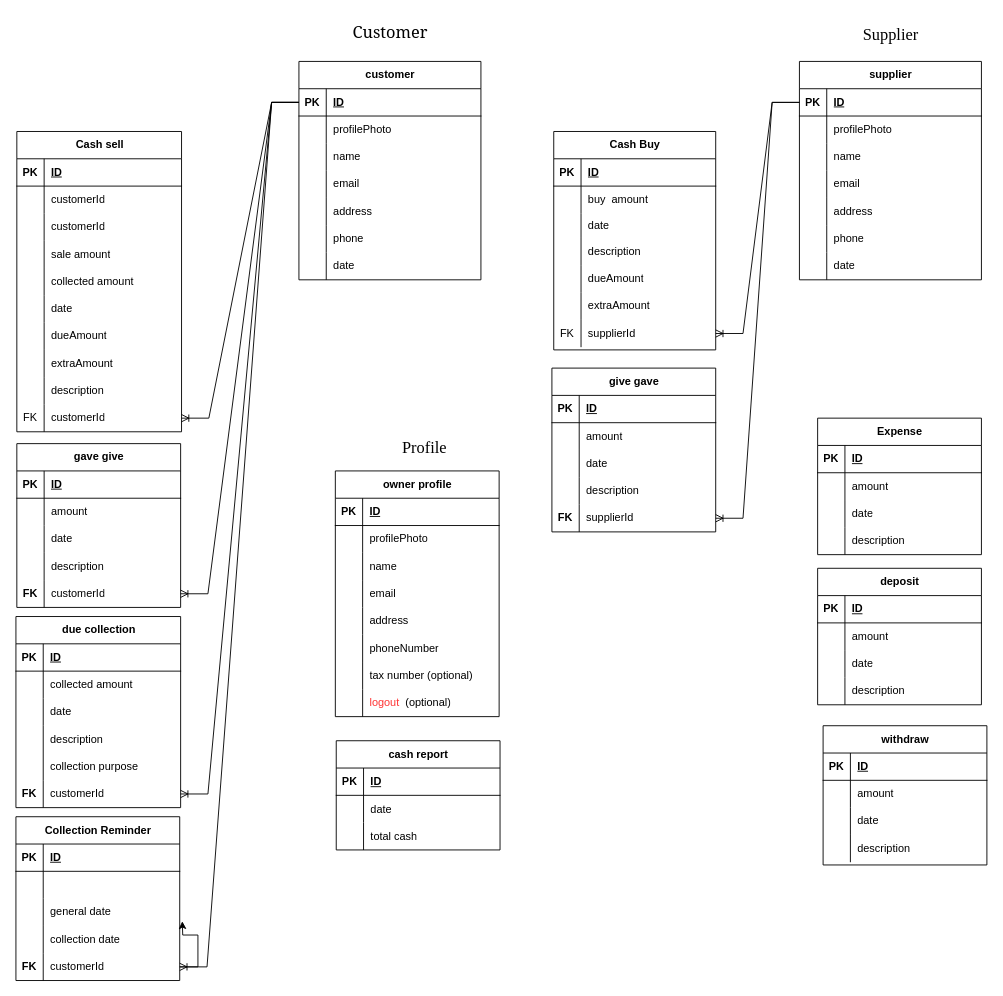
The draw.io diagram databases/diagram.drawio in devsrakib/esBook, before the edit. Source tidied: cells renumbered, new cells numbered last; positions are measured from the earlier drawing's top-left corner, leaving out a move shared by most shapes. Both pictures are drawn from the tidied source at 91%, with x=0, y=0 at pixel (15, 15).
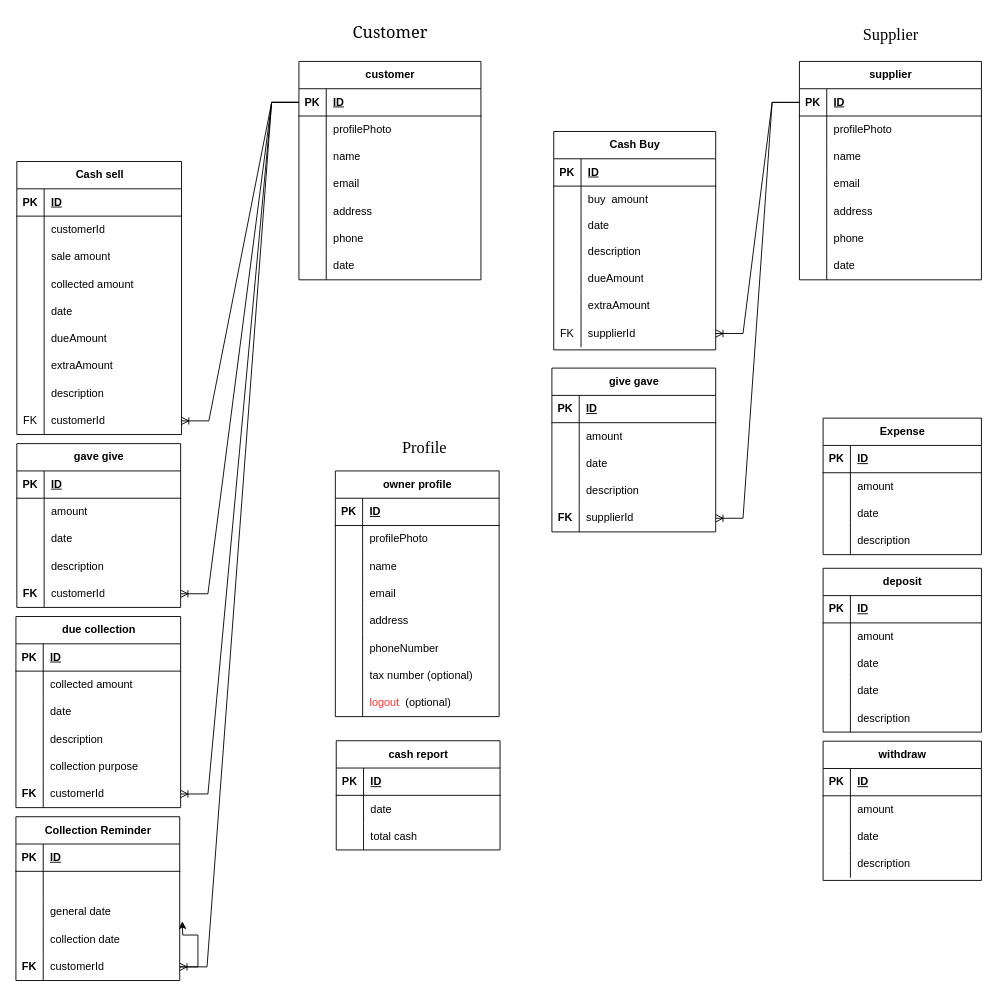
Above is the later version.

Diff of the diagram source:
```diff
@@
     <mxCell id="24" value="Cash sell" style="shape=table;startSize=30;childLayout=tableLayout;rowLines=0;fontStyle=1;align=center;html=1;" parent="1" vertex="1">
-      <mxGeometry x="1" y="127" width="181" height="330" as="geometry" />
+      <mxGeometry x="1" y="160" width="181" height="300" as="geometry" />
     </mxCell>
@@
-    <mxCell id="31" style="shape=tableRow;horizontal=0;startSize=0;swimlaneHead=0;swimlaneBody=0;fillColor=none;top=0;left=0;right=0;bottom=0;" parent="24" vertex="1">
-      <mxGeometry y="90" width="181" height="30" as="geometry" />
-    </mxCell>
-    <mxCell id="32" style="shape=partialRectangle;fillColor=none;top=0;left=0;bottom=0;right=0;overflow=hidden;whiteSpace=wrap;html=1;" parent="31" vertex="1">
-      <mxGeometry width="30" height="30" as="geometry" />
-    </mxCell>
-    <mxCell id="33" value="customerId" style="shape=partialRectangle;fillColor=none;top=0;left=0;bottom=0;right=0;align=left;spacingLeft=6;overflow=hidden;whiteSpace=wrap;html=1;" parent="31" vertex="1">
-      <mxGeometry x="30" width="151" height="30" as="geometry" />
-    </mxCell>
     <mxCell id="34" style="shape=tableRow;horizontal=0;startSize=0;swimlaneHead=0;swimlaneBody=0;fillColor=none;top=0;left=0;right=0;bottom=0;" parent="24" vertex="1">
-      <mxGeometry y="120" width="181" height="30" as="geometry" />
+      <mxGeometry y="90" width="181" height="30" as="geometry" />
     </mxCell>
@@
     <mxCell id="37" style="shape=tableRow;horizontal=0;startSize=0;swimlaneHead=0;swimlaneBody=0;fillColor=none;top=0;left=0;right=0;bottom=0;" parent="24" vertex="1">
-      <mxGeometry y="150" width="181" height="30" as="geometry" />
+      <mxGeometry y="120" width="181" height="30" as="geometry" />
     </mxCell>
@@
     <mxCell id="40" style="shape=tableRow;horizontal=0;startSize=0;swimlaneHead=0;swimlaneBody=0;fillColor=none;top=0;left=0;right=0;bottom=0;" parent="24" vertex="1">
-      <mxGeometry y="180" width="181" height="30" as="geometry" />
+      <mxGeometry y="150" width="181" height="30" as="geometry" />
     </mxCell>
@@
     <mxCell id="43" style="shape=tableRow;horizontal=0;startSize=0;swimlaneHead=0;swimlaneBody=0;fillColor=none;top=0;left=0;right=0;bottom=0;" parent="24" vertex="1">
-      <mxGeometry y="210" width="181" height="30" as="geometry" />
+      <mxGeometry y="180" width="181" height="30" as="geometry" />
     </mxCell>
@@
     <mxCell id="46" style="shape=tableRow;horizontal=0;startSize=0;swimlaneHead=0;swimlaneBody=0;fillColor=none;top=0;left=0;right=0;bottom=0;" parent="24" vertex="1">
-      <mxGeometry y="240" width="181" height="30" as="geometry" />
+      <mxGeometry y="210" width="181" height="30" as="geometry" />
     </mxCell>
@@
     <mxCell id="49" style="shape=tableRow;horizontal=0;startSize=0;swimlaneHead=0;swimlaneBody=0;fillColor=none;top=0;left=0;right=0;bottom=0;" parent="24" vertex="1">
-      <mxGeometry y="270" width="181" height="30" as="geometry" />
+      <mxGeometry y="240" width="181" height="30" as="geometry" />
     </mxCell>
@@
     <mxCell id="52" style="shape=tableRow;horizontal=0;startSize=0;swimlaneHead=0;swimlaneBody=0;fillColor=none;points=[[0,0.5],[1,0.5]];portConstraint=eastwest;top=0;left=0;right=0;bottom=0;" parent="24" vertex="1">
-      <mxGeometry y="300" width="181" height="30" as="geometry" />
+      <mxGeometry y="270" width="181" height="30" as="geometry" />
     </mxCell>
@@
     <mxCell id="77" value="Expense" style="shape=table;startSize=30;childLayout=tableLayout;rowLines=0;fontStyle=1;align=center;html=1;" parent="1" vertex="1">
-      <mxGeometry x="881" y="442" width="180" height="150" as="geometry" />
+      <mxGeometry x="887" y="442" width="174" height="150" as="geometry" />
     </mxCell>
     <mxCell id="78" style="shape=tableRow;horizontal=0;startSize=0;swimlaneHead=0;swimlaneBody=0;fillColor=none;top=0;left=0;right=0;bottom=1;" parent="77" vertex="1">
-      <mxGeometry y="30" width="180" height="30" as="geometry" />
+      <mxGeometry y="30" width="174" height="30" as="geometry" />
     </mxCell>
@@
     <mxCell id="80" value="ID" style="shape=partialRectangle;fillColor=none;top=0;left=0;bottom=0;right=0;align=left;spacingLeft=6;fontStyle=5;overflow=hidden;whiteSpace=wrap;html=1;" parent="78" vertex="1">
-      <mxGeometry x="30" width="150" height="30" as="geometry" />
+      <mxGeometry x="30" width="144" height="30" as="geometry" />
     </mxCell>
     <mxCell id="81" style="shape=tableRow;horizontal=0;startSize=0;swimlaneHead=0;swimlaneBody=0;fillColor=none;top=0;left=0;right=0;bottom=0;" parent="77" vertex="1">
-      <mxGeometry y="60" width="180" height="30" as="geometry" />
+      <mxGeometry y="60" width="174" height="30" as="geometry" />
     </mxCell>
@@
     <mxCell id="83" value="amount" style="shape=partialRectangle;fillColor=none;top=0;left=0;bottom=0;right=0;align=left;spacingLeft=6;overflow=hidden;whiteSpace=wrap;html=1;" parent="81" vertex="1">
-      <mxGeometry x="30" width="150" height="30" as="geometry" />
+      <mxGeometry x="30" width="144" height="30" as="geometry" />
     </mxCell>
     <mxCell id="84" style="shape=tableRow;horizontal=0;startSize=0;swimlaneHead=0;swimlaneBody=0;fillColor=none;top=0;left=0;right=0;bottom=0;" parent="77" vertex="1">
-      <mxGeometry y="90" width="180" height="30" as="geometry" />
+      <mxGeometry y="90" width="174" height="30" as="geometry" />
     </mxCell>
@@
     <mxCell id="86" value="date" style="shape=partialRectangle;fillColor=none;top=0;left=0;bottom=0;right=0;align=left;spacingLeft=6;overflow=hidden;whiteSpace=wrap;html=1;" parent="84" vertex="1">
-      <mxGeometry x="30" width="150" height="30" as="geometry" />
+      <mxGeometry x="30" width="144" height="30" as="geometry" />
     </mxCell>
     <mxCell id="87" style="shape=tableRow;horizontal=0;startSize=0;swimlaneHead=0;swimlaneBody=0;fillColor=none;top=0;left=0;right=0;bottom=0;" parent="77" vertex="1">
-      <mxGeometry y="120" width="180" height="30" as="geometry" />
+      <mxGeometry y="120" width="174" height="30" as="geometry" />
     </mxCell>
@@
     <mxCell id="89" value="description" style="shape=partialRectangle;fillColor=none;top=0;left=0;bottom=0;right=0;align=left;spacingLeft=6;overflow=hidden;whiteSpace=wrap;html=1;" parent="87" vertex="1">
-      <mxGeometry x="30" width="150" height="30" as="geometry" />
+      <mxGeometry x="30" width="144" height="30" as="geometry" />
     </mxCell>
     <mxCell id="90" value="withdraw" style="shape=table;startSize=30;childLayout=tableLayout;rowLines=0;fontStyle=1;align=center;html=1;" parent="1" vertex="1">
-      <mxGeometry x="887" y="780" width="180" height="153" as="geometry" />
+      <mxGeometry x="887" y="797" width="174" height="153" as="geometry" />
     </mxCell>
     <mxCell id="91" style="shape=tableRow;horizontal=0;startSize=0;swimlaneHead=0;swimlaneBody=0;fillColor=none;top=0;left=0;right=0;bottom=1;" parent="90" vertex="1">
-      <mxGeometry y="30" width="180" height="30" as="geometry" />
+      <mxGeometry y="30" width="174" height="30" as="geometry" />
     </mxCell>
@@
     <mxCell id="93" value="ID" style="shape=partialRectangle;fillColor=none;top=0;left=0;bottom=0;right=0;align=left;spacingLeft=6;fontStyle=5;overflow=hidden;whiteSpace=wrap;html=1;" parent="91" vertex="1">
-      <mxGeometry x="30" width="150" height="30" as="geometry" />
+      <mxGeometry x="30" width="144" height="30" as="geometry" />
     </mxCell>
     <mxCell id="94" style="shape=tableRow;horizontal=0;startSize=0;swimlaneHead=0;swimlaneBody=0;fillColor=none;top=0;left=0;right=0;bottom=0;" parent="90" vertex="1">
-      <mxGeometry y="60" width="180" height="30" as="geometry" />
+      <mxGeometry y="60" width="174" height="30" as="geometry" />
     </mxCell>
@@
     <mxCell id="96" value="amount" style="shape=partialRectangle;fillColor=none;top=0;left=0;bottom=0;right=0;align=left;spacingLeft=6;overflow=hidden;whiteSpace=wrap;html=1;" parent="94" vertex="1">
-      <mxGeometry x="30" width="150" height="30" as="geometry" />
+      <mxGeometry x="30" width="144" height="30" as="geometry" />
     </mxCell>
     <mxCell id="97" style="shape=tableRow;horizontal=0;startSize=0;swimlaneHead=0;swimlaneBody=0;fillColor=none;top=0;left=0;right=0;bottom=0;" parent="90" vertex="1">
-      <mxGeometry y="90" width="180" height="30" as="geometry" />
+      <mxGeometry y="90" width="174" height="30" as="geometry" />
     </mxCell>
@@
     <mxCell id="99" value="date" style="shape=partialRectangle;fillColor=none;top=0;left=0;bottom=0;right=0;align=left;spacingLeft=6;overflow=hidden;whiteSpace=wrap;html=1;" parent="97" vertex="1">
-      <mxGeometry x="30" width="150" height="30" as="geometry" />
+      <mxGeometry x="30" width="144" height="30" as="geometry" />
     </mxCell>
     <mxCell id="100" style="shape=tableRow;horizontal=0;startSize=0;swimlaneHead=0;swimlaneBody=0;fillColor=none;top=0;left=0;right=0;bottom=0;" parent="90" vertex="1">
-      <mxGeometry y="120" width="180" height="30" as="geometry" />
+      <mxGeometry y="120" width="174" height="30" as="geometry" />
     </mxCell>
@@
     <mxCell id="102" value="description" style="shape=partialRectangle;fillColor=none;top=0;left=0;bottom=0;right=0;align=left;spacingLeft=6;overflow=hidden;whiteSpace=wrap;html=1;" parent="100" vertex="1">
-      <mxGeometry x="30" width="150" height="30" as="geometry" />
+      <mxGeometry x="30" width="144" height="30" as="geometry" />
     </mxCell>
@@
     <mxCell id="104" value="deposit" style="shape=table;startSize=30;childLayout=tableLayout;rowLines=0;fontStyle=1;align=center;html=1;" parent="1" vertex="1">
-      <mxGeometry x="881" y="607" width="180" height="150" as="geometry" />
+      <mxGeometry x="887" y="607" width="174" height="180" as="geometry" />
     </mxCell>
     <mxCell id="105" style="shape=tableRow;horizontal=0;startSize=0;swimlaneHead=0;swimlaneBody=0;fillColor=none;top=0;left=0;right=0;bottom=1;" parent="104" vertex="1">
-      <mxGeometry y="30" width="180" height="30" as="geometry" />
+      <mxGeometry y="30" width="174" height="30" as="geometry" />
     </mxCell>
@@
     <mxCell id="107" value="ID" style="shape=partialRectangle;fillColor=none;top=0;left=0;bottom=0;right=0;align=left;spacingLeft=6;fontStyle=5;overflow=hidden;whiteSpace=wrap;html=1;" parent="105" vertex="1">
-      <mxGeometry x="30" width="150" height="30" as="geometry" />
+      <mxGeometry x="30" width="144" height="30" as="geometry" />
     </mxCell>
     <mxCell id="108" style="shape=tableRow;horizontal=0;startSize=0;swimlaneHead=0;swimlaneBody=0;fillColor=none;top=0;left=0;right=0;bottom=0;" parent="104" vertex="1">
-      <mxGeometry y="60" width="180" height="30" as="geometry" />
+      <mxGeometry y="60" width="174" height="30" as="geometry" />
     </mxCell>
@@
     <mxCell id="110" value="amount" style="shape=partialRectangle;fillColor=none;top=0;left=0;bottom=0;right=0;align=left;spacingLeft=6;overflow=hidden;whiteSpace=wrap;html=1;" parent="108" vertex="1">
-      <mxGeometry x="30" width="150" height="30" as="geometry" />
+      <mxGeometry x="30" width="144" height="30" as="geometry" />
     </mxCell>
+    <mxCell id="250" style="shape=tableRow;horizontal=0;startSize=0;swimlaneHead=0;swimlaneBody=0;fillColor=none;top=0;left=0;right=0;bottom=0;" parent="104" vertex="1">
+      <mxGeometry y="90" width="174" height="30" as="geometry" />
+    </mxCell>
+    <mxCell id="32" style="shape=partialRectangle;fillColor=none;top=0;left=0;bottom=0;right=0;overflow=hidden;whiteSpace=wrap;html=1;" parent="250" vertex="1">
+      <mxGeometry width="30" height="30" as="geometry" />
+    </mxCell>
+    <mxCell id="251" value="date" style="shape=partialRectangle;fillColor=none;top=0;left=0;bottom=0;right=0;align=left;spacingLeft=6;overflow=hidden;whiteSpace=wrap;html=1;" parent="250" vertex="1">
+      <mxGeometry x="30" width="144" height="30" as="geometry" />
+    </mxCell>
     <mxCell id="111" style="shape=tableRow;horizontal=0;startSize=0;swimlaneHead=0;swimlaneBody=0;fillColor=none;top=0;left=0;right=0;bottom=0;" parent="104" vertex="1">
-      <mxGeometry y="90" width="180" height="30" as="geometry" />
+      <mxGeometry y="120" width="174" height="30" as="geometry" />
     </mxCell>
@@
     <mxCell id="113" value="date" style="shape=partialRectangle;fillColor=none;top=0;left=0;bottom=0;right=0;align=left;spacingLeft=6;overflow=hidden;whiteSpace=wrap;html=1;" parent="111" vertex="1">
-      <mxGeometry x="30" width="150" height="30" as="geometry" />
+      <mxGeometry x="30" width="144" height="30" as="geometry" />
     </mxCell>
     <mxCell id="114" style="shape=tableRow;horizontal=0;startSize=0;swimlaneHead=0;swimlaneBody=0;fillColor=none;top=0;left=0;right=0;bottom=0;" parent="104" vertex="1">
-      <mxGeometry y="120" width="180" height="30" as="geometry" />
+      <mxGeometry y="150" width="174" height="30" as="geometry" />
     </mxCell>
@@
     <mxCell id="116" value="description" style="shape=partialRectangle;fillColor=none;top=0;left=0;bottom=0;right=0;align=left;spacingLeft=6;overflow=hidden;whiteSpace=wrap;html=1;" parent="114" vertex="1">
-      <mxGeometry x="30" width="150" height="30" as="geometry" />
+      <mxGeometry x="30" width="144" height="30" as="geometry" />
     </mxCell>
```
